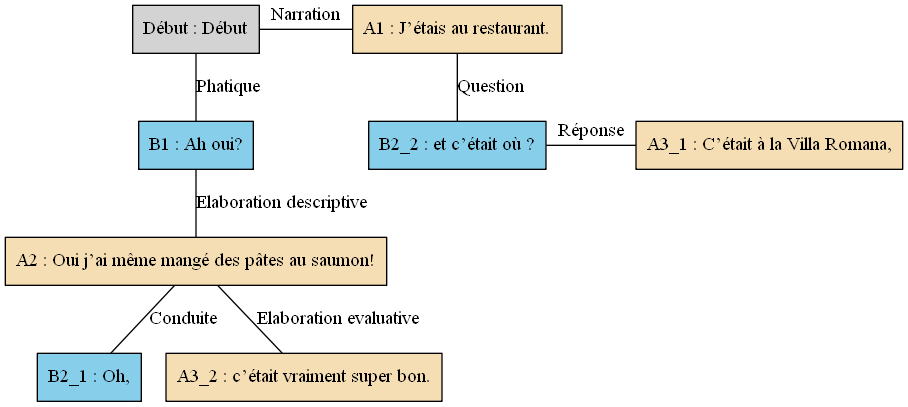
The Graphviz diagram arbres/Bac_a_sable/Bac_a_sable_-_C03.gv.png in AlaixComet/AnnotationSlamPTut, before a commit. Its source is kept beside it as arbres/Bac_a_sable/Bac_a_sable_-_C03.gv.
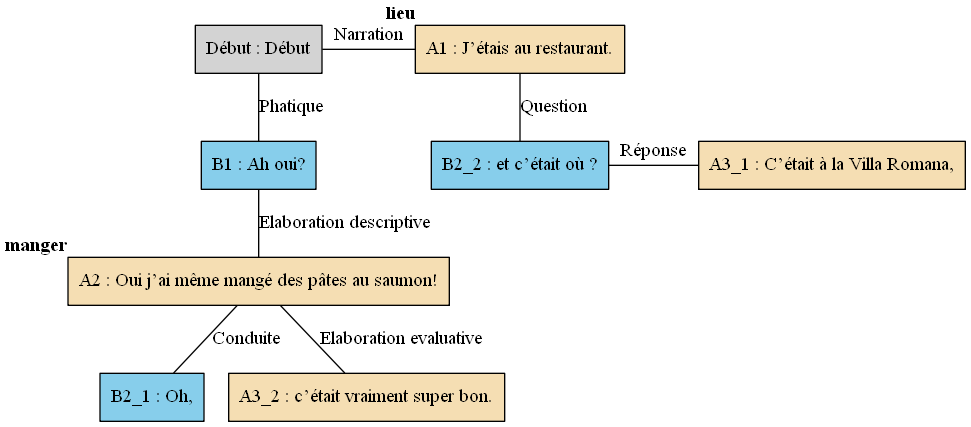
Later version of the same file.

Diff of the diagram source:
```diff
@@ -1,13 +1,13 @@
 digraph C03 {
 	node [shape=box style=filled]
-	"Début" [label="Début : Début"]
-	A1 [label="A1 : J’étais au restaurant." fillcolor=wheat]
-	B1 [label="B1 : Ah oui?" fillcolor=skyblue]
-	A2 [label="A2 : Oui j’ai même mangé des pâtes au saumon!" fillcolor=wheat]
-	B2_1 [label="B2_1 : Oh," fillcolor=skyblue]
-	B2_2 [label="B2_2 : et c’était où ?" fillcolor=skyblue]
-	A3_1 [label="A3_1 : C’était à la Villa Romana," fillcolor=wheat]
-	A3_2 [label="A3_2 : c’était vraiment super bon." fillcolor=wheat]
+	"Début" [label="Début : Début" xlabel=""]
+	A1 [label="A1 : J’étais au restaurant." fillcolor=wheat xlabel=<<B>lieu</B>>]
+	B1 [label="B1 : Ah oui?" fillcolor=skyblue xlabel=""]
+	A2 [label="A2 : Oui j’ai même mangé des pâtes au saumon!" fillcolor=wheat xlabel=<<B>manger</B>>]
+	B2_1 [label="B2_1 : Oh," fillcolor=skyblue xlabel=""]
+	B2_2 [label="B2_2 : et c’était où ?" fillcolor=skyblue xlabel=""]
+	A3_1 [label="A3_1 : C’était à la Villa Romana," fillcolor=wheat xlabel=""]
+	A3_2 [label="A3_2 : c’était vraiment super bon." fillcolor=wheat xlabel=""]
 	{
 		rank=same
 		"Début"
```
